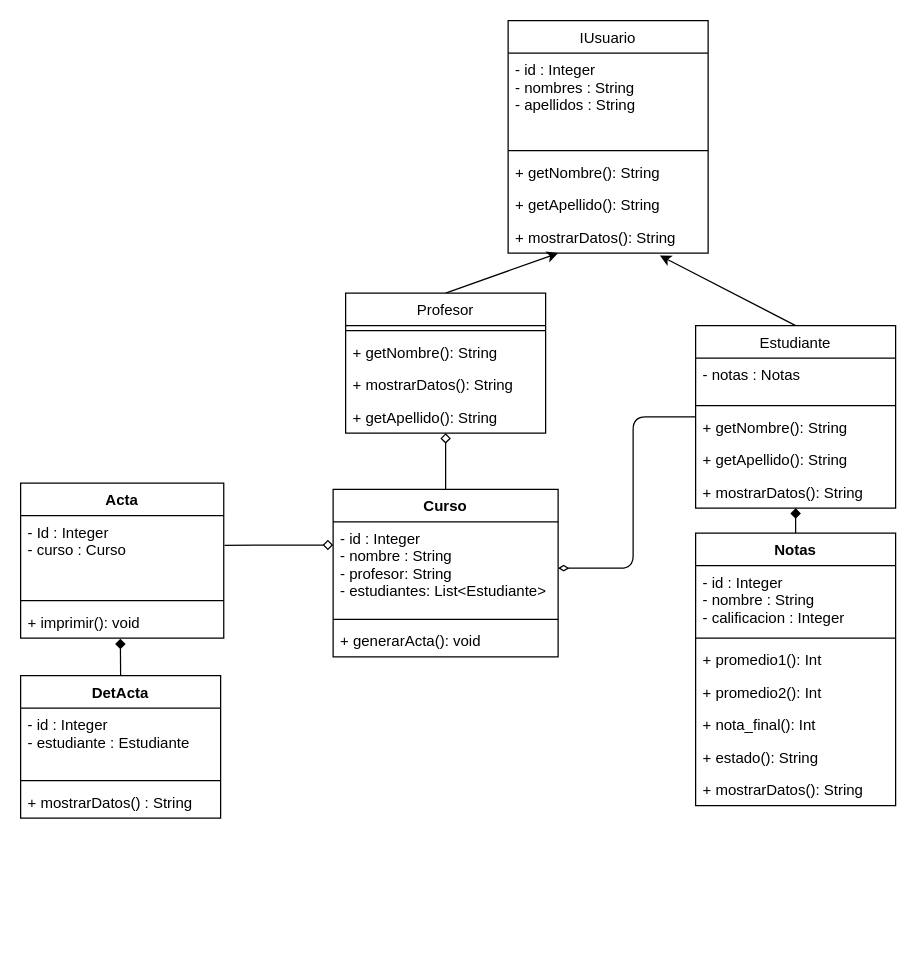
Above: Taller 1/diseño/diagrama.drawio in aterana3/Python-4to-semestre (draw.io), before the change. Source tidied: cells renumbered, new cells numbered last; positions are measured from the earlier drawing's top-left corner, leaving out a move shared by most shapes. Both pictures are drawn from the tidied source at 125%, with x=0, y=0 at pixel (20, 20).
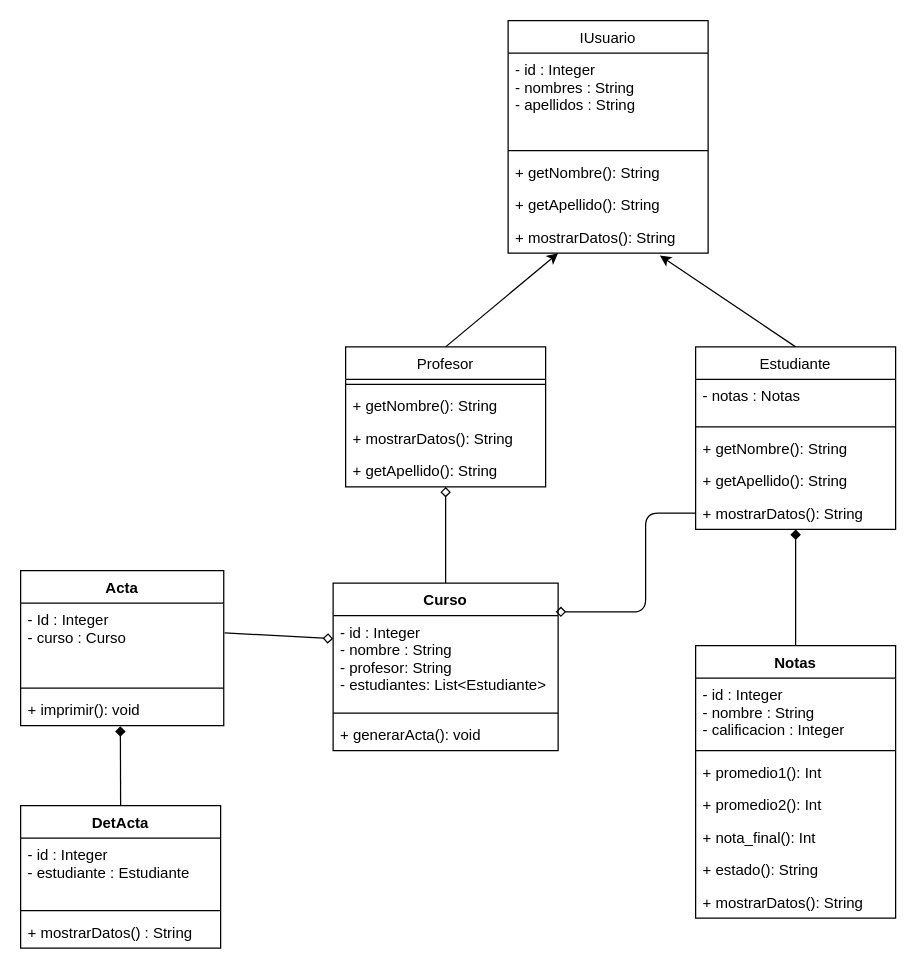
The same page after the edit.

Unchanged cells that the change refers to:
```xml
<mxCell id="22" value="+ mostrarDatos(): String" style="text;strokeColor=none;fillColor=none;align=left;verticalAlign=top;spacingLeft=4;spacingRight=4;overflow=hidden;points=[[0,0.5],[1,0.5]];portConstraint=eastwest;" parent="17" vertex="1">
  <mxGeometry y="120" width="160" height="26" as="geometry" />
</mxCell>
<mxCell id="42" value="- id : Integer&#10;- nombre : String&#10;- profesor: String&#10;- estudiantes: List&lt;Estudiante&gt;" style="text;strokeColor=none;fillColor=none;align=left;verticalAlign=top;spacingLeft=4;spacingRight=4;overflow=hidden;points=[[0,0.5],[1,0.5]];portConstraint=eastwest;" parent="41" vertex="1">
  <mxGeometry y="26" width="180" height="74" as="geometry" />
</mxCell>
```

What changed in the source:
```diff
@@
     <mxCell id="10" value="Profesor" style="swimlane;fontStyle=0;align=center;verticalAlign=top;horizontal=1;startSize=26;" parent="1" vertex="1">
-      <mxGeometry x="260" y="218" width="160" height="112" as="geometry" />
+      <mxGeometry x="260" y="261" width="160" height="112" as="geometry" />
     </mxCell>
@@
-    <mxCell id="16" style="edgeStyle=none;html=1;exitX=0;exitY=0.5;exitDx=0;exitDy=0;entryX=1;entryY=0.5;entryDx=0;entryDy=0;endArrow=diamondThin;endFill=0;" parent="1" edge="1" source="17" target="42">
-      <mxGeometry relative="1" as="geometry">
-        <Array as="points">
-          <mxPoint x="490" y="317" />
-          <mxPoint x="490" y="438" />
-        </Array>
-      </mxGeometry>
-    </mxCell>
     <mxCell id="17" value="Estudiante" style="swimlane;fontStyle=0;align=center;verticalAlign=top;horizontal=1;startSize=26;" parent="1" vertex="1">
-      <mxGeometry x="540" y="244" width="160" height="146" as="geometry" />
+      <mxGeometry x="540" y="261" width="160" height="146" as="geometry" />
     </mxCell>
@@
-    <mxCell id="23" style="edgeStyle=none;html=1;exitX=0.5;exitY=0;exitDx=0;exitDy=0;startArrow=none;startFill=0;endArrow=diamond;endFill=1;entryX=0.5;entryY=1;entryDx=0;entryDy=0;" parent="1" edge="1" source="24" target="17">
-      <mxGeometry relative="1" as="geometry">
-        <Array as="points">
-          <mxPoint x="620" y="390" />
-        </Array>
-      </mxGeometry>
-    </mxCell>
+    <mxCell id="46" style="edgeStyle=none;html=1;exitX=0.5;exitY=0;exitDx=0;exitDy=0;endArrow=diamond;endFill=1;" parent="1" edge="1" source="24" target="22">
+      <mxGeometry relative="1" as="geometry" />
+    </mxCell>
     <mxCell id="24" value="Notas" style="swimlane;fontStyle=1;align=center;verticalAlign=top;horizontal=1;startSize=26;" parent="1" vertex="1">
-      <mxGeometry x="540" y="410" width="160" height="218" as="geometry" />
+      <mxGeometry x="540" y="500" width="160" height="218" as="geometry" />
     </mxCell>
@@
     <mxCell id="33" value="DetActa" style="swimlane;fontStyle=1;align=center;verticalAlign=top;horizontal=1;startSize=26;" parent="1" vertex="1">
-      <mxGeometry y="524" width="160" height="114" as="geometry" />
+      <mxGeometry y="628" width="160" height="114" as="geometry" />
     </mxCell>
@@
     <mxCell id="37" value="Acta" style="swimlane;fontStyle=1;align=center;verticalAlign=top;horizontal=1;startSize=26;" parent="1" vertex="1">
-      <mxGeometry y="370" width="162.5" height="124" as="geometry" />
+      <mxGeometry y="440" width="162.5" height="124" as="geometry" />
     </mxCell>
@@
     <mxCell id="41" value="Curso" style="swimlane;fontStyle=1;align=center;verticalAlign=top;horizontal=1;startSize=26;" parent="1" vertex="1">
-      <mxGeometry x="250" y="375" width="180" height="134" as="geometry" />
+      <mxGeometry x="250" y="450" width="180" height="134" as="geometry" />
     </mxCell>
@@
+    <mxCell id="47" style="edgeStyle=none;html=1;exitX=0;exitY=0.5;exitDx=0;exitDy=0;entryX=0.989;entryY=-0.041;entryDx=0;entryDy=0;entryPerimeter=0;endArrow=diamond;endFill=0;" parent="1" edge="1" source="22" target="42">
+      <mxGeometry relative="1" as="geometry">
+        <Array as="points">
+          <mxPoint x="500" y="394" />
+          <mxPoint x="500" y="473" />
+        </Array>
+      </mxGeometry>
+    </mxCell>
```
